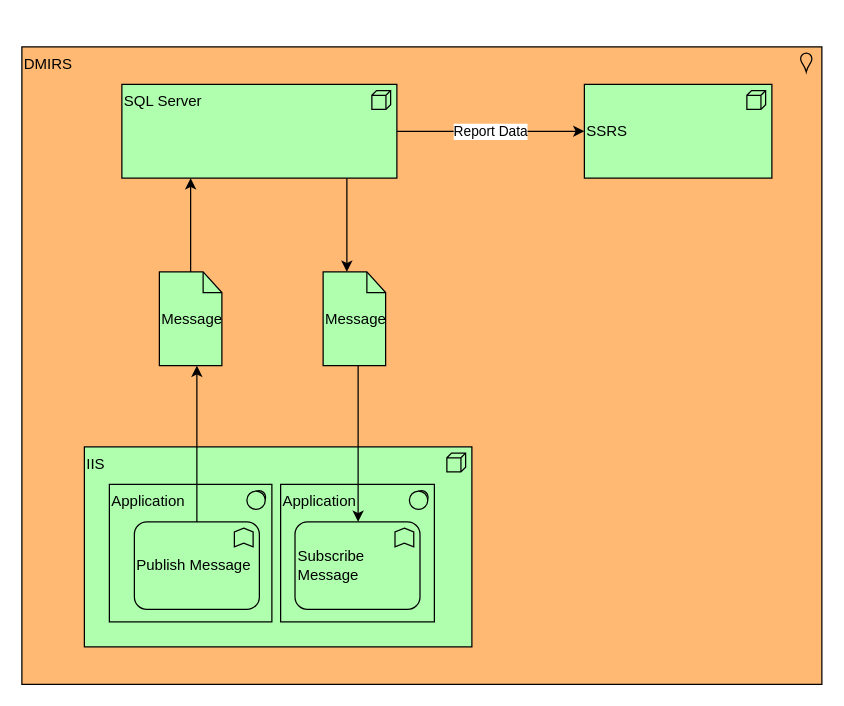
mrsmitty/drawio keeps this draw.io diagram as page "Technology Viewpoint" (2 of 2) of DMIRS.drawio. Above is the earlier version. Source tidied: cells renumbered, new cells numbered last; positions are measured from the earlier drawing's top-left corner, leaving out a move shared by most shapes. Both pictures are drawn from the tidied source at 125%, with x=0, y=0 at pixel (21, 46).
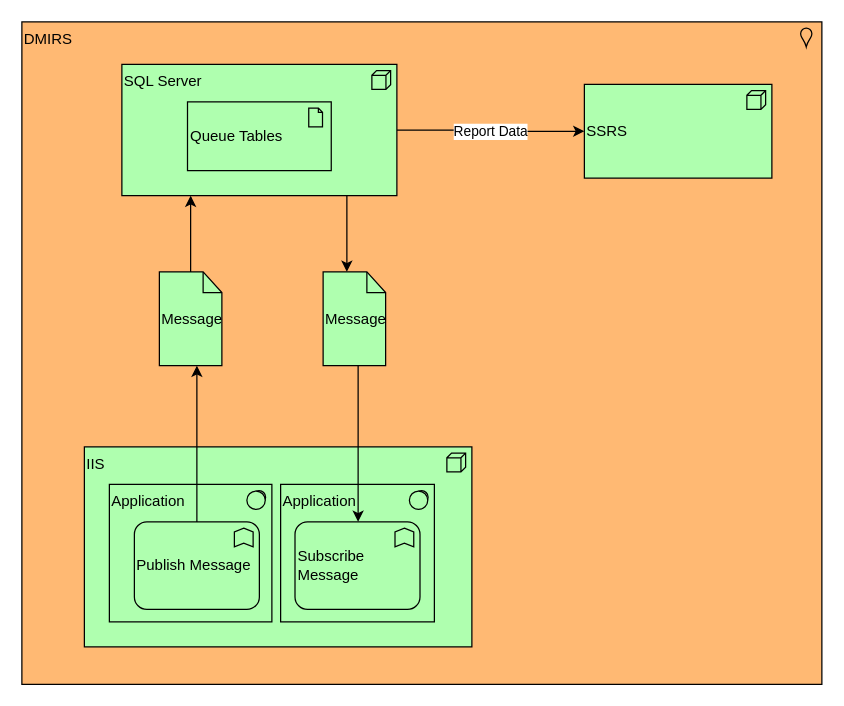
Above is the later version.

Change to the diagram source:
```diff
@@
     <mxCell id="2" value="DMIRS" style="html=1;whiteSpace=wrap;fillColor=#FFB973;shape=mxgraph.archimate3.application;appType=location;archiType=square;align=left;verticalAlign=top;" parent="1" vertex="1">
-      <mxGeometry width="640" height="510" as="geometry" />
+      <mxGeometry y="-20" width="640" height="530" as="geometry" />
     </mxCell>
@@
     <mxCell id="6" value="SQL Server" style="html=1;outlineConnect=0;whiteSpace=wrap;fillColor=#AFFFAF;shape=mxgraph.archimate3.application;appType=node;archiType=square;align=left;verticalAlign=top;" parent="1" vertex="1">
-      <mxGeometry x="80" y="30" width="220" height="75" as="geometry" />
+      <mxGeometry x="80" y="14" width="220" height="105" as="geometry" />
     </mxCell>
@@
+    <mxCell id="17" value="Queue Tables" style="html=1;whiteSpace=wrap;fillColor=#AFFFAF;shape=mxgraph.archimate3.application;appType=artifact;archiType=square;align=left;" parent="1" vertex="1">
+      <mxGeometry x="132.5" y="44" width="115" height="55" as="geometry" />
+    </mxCell>
```
